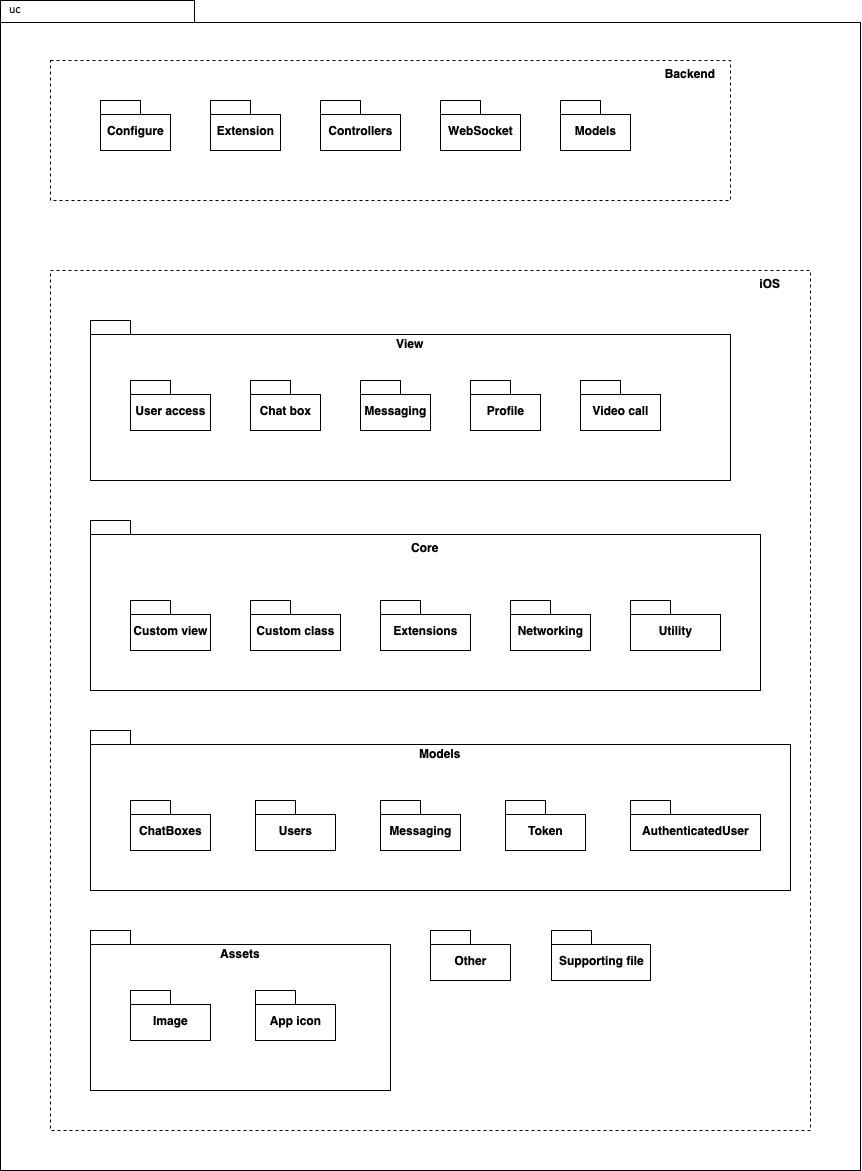
Before: Package.png, a diagram exported from draw.io (vudat081299/thesis). Source tidied: cells renumbered, new cells last; positions are measured from the earlier drawing's top-left corner, leaving out a move shared by most shapes.
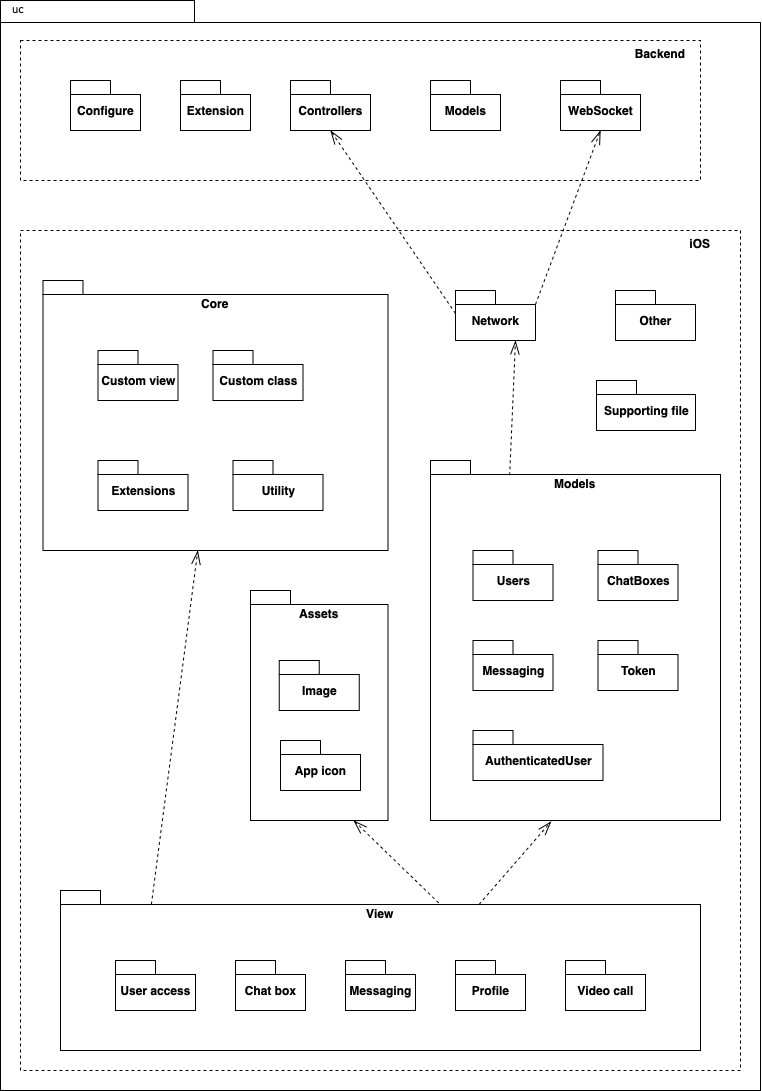
After the commit.

What changed in the source:
```diff
@@ -3,118 +3,136 @@
     <mxCell id="0" />
     <mxCell id="1" parent="0" />
     <mxCell id="2" style="shape=folder;fontStyle=1;spacingTop=10;tabWidth=194;tabHeight=22;tabPosition=left;html=1;rounded=0;shadow=0;comic=0;labelBackgroundColor=none;strokeWidth=1;fillColor=none;fontFamily=Verdana;fontSize=10;align=center;" parent="1" vertex="1">
-      <mxGeometry width="860" height="1170" as="geometry" />
+      <mxGeometry x="70" y="40" width="760" height="1090" as="geometry" />
     </mxCell>
     <mxCell id="3" value="uc" style="text;html=1;align=left;verticalAlign=top;spacingTop=-4;fontSize=10;fontFamily=Verdana;" parent="1" vertex="1">
-      <mxGeometry x="7" width="130" height="20" as="geometry" />
+      <mxGeometry x="80" y="40" width="130" height="20" as="geometry" />
     </mxCell>
     <mxCell id="4" style="rounded=0;whiteSpace=wrap;html=1;dashed=1;fillColor=none;" parent="1" vertex="1">
-      <mxGeometry x="50" y="60" width="680" height="140" as="geometry" />
+      <mxGeometry x="90" y="80" width="680" height="140" as="geometry" />
     </mxCell>
     <mxCell id="5" value="Controllers" style="shape=folder;fontStyle=1;spacingTop=10;tabWidth=40;tabHeight=14;tabPosition=left;html=1;" parent="1" vertex="1">
-      <mxGeometry x="320" y="100" width="80" height="50" as="geometry" />
+      <mxGeometry x="360" y="120" width="80" height="50" as="geometry" />
     </mxCell>
     <mxCell id="6" value="Models" style="shape=folder;fontStyle=1;spacingTop=10;tabWidth=40;tabHeight=14;tabPosition=left;html=1;" parent="1" vertex="1">
-      <mxGeometry x="560" y="100" width="70" height="50" as="geometry" />
+      <mxGeometry x="500" y="120" width="70" height="50" as="geometry" />
     </mxCell>
     <mxCell id="7" value="WebSocket" style="shape=folder;fontStyle=1;spacingTop=10;tabWidth=40;tabHeight=14;tabPosition=left;html=1;" parent="1" vertex="1">
-      <mxGeometry x="440" y="100" width="80" height="50" as="geometry" />
+      <mxGeometry x="630" y="120" width="80" height="50" as="geometry" />
     </mxCell>
     <mxCell id="8" value="Extension" style="shape=folder;fontStyle=1;spacingTop=10;tabWidth=40;tabHeight=14;tabPosition=left;html=1;" parent="1" vertex="1">
-      <mxGeometry x="210" y="100" width="70" height="50" as="geometry" />
+      <mxGeometry x="250" y="120" width="70" height="50" as="geometry" />
     </mxCell>
     <mxCell id="9" value="Configure" style="shape=folder;fontStyle=1;spacingTop=10;tabWidth=40;tabHeight=14;tabPosition=left;html=1;" parent="1" vertex="1">
-      <mxGeometry x="100" y="100" width="70" height="50" as="geometry" />
+      <mxGeometry x="140" y="120" width="70" height="50" as="geometry" />
     </mxCell>
     <mxCell id="10" style="rounded=0;whiteSpace=wrap;html=1;dashed=1;fillColor=none;" parent="1" vertex="1">
-      <mxGeometry x="50" y="270" width="760" height="860" as="geometry" />
+      <mxGeometry x="90" y="270" width="720" height="840" as="geometry" />
     </mxCell>
     <mxCell id="11" value="Backend" style="text;align=center;fontStyle=1;verticalAlign=middle;spacingLeft=3;spacingRight=3;strokeColor=none;" parent="1" vertex="1">
-      <mxGeometry x="650" y="60" width="80" height="26" as="geometry" />
+      <mxGeometry x="690" y="80" width="80" height="26" as="geometry" />
     </mxCell>
     <mxCell id="12" value="iOS" style="text;align=center;fontStyle=1;verticalAlign=middle;spacingLeft=3;spacingRight=3;strokeColor=none;" parent="1" vertex="1">
       <mxGeometry x="730" y="270" width="80" height="26" as="geometry" />
     </mxCell>
     <mxCell id="13" value="User access" style="shape=folder;fontStyle=1;spacingTop=10;tabWidth=40;tabHeight=14;tabPosition=left;html=1;" parent="1" vertex="1">
-      <mxGeometry x="130" y="380" width="80" height="50" as="geometry" />
+      <mxGeometry x="185" y="1000" width="80" height="50" as="geometry" />
     </mxCell>
     <mxCell id="14" value="Chat box" style="shape=folder;fontStyle=1;spacingTop=10;tabWidth=40;tabHeight=14;tabPosition=left;html=1;" parent="1" vertex="1">
-      <mxGeometry x="250" y="380" width="70" height="50" as="geometry" />
+      <mxGeometry x="305" y="1000" width="70" height="50" as="geometry" />
     </mxCell>
     <mxCell id="15" value="Messaging" style="shape=folder;fontStyle=1;spacingTop=10;tabWidth=40;tabHeight=14;tabPosition=left;html=1;" parent="1" vertex="1">
-      <mxGeometry x="360" y="380" width="70" height="50" as="geometry" />
+      <mxGeometry x="415" y="1000" width="70" height="50" as="geometry" />
     </mxCell>
     <mxCell id="16" value="Profile" style="shape=folder;fontStyle=1;spacingTop=10;tabWidth=40;tabHeight=14;tabPosition=left;html=1;" parent="1" vertex="1">
-      <mxGeometry x="470" y="380" width="70" height="50" as="geometry" />
+      <mxGeometry x="525" y="1000" width="70" height="50" as="geometry" />
     </mxCell>
     <mxCell id="17" style="shape=folder;fontStyle=1;spacingTop=10;tabWidth=40;tabHeight=14;tabPosition=left;html=1;fillColor=none;" parent="1" vertex="1">
-      <mxGeometry x="90" y="520" width="670" height="170" as="geometry" />
+      <mxGeometry x="112.5" y="320" width="345" height="270" as="geometry" />
     </mxCell>
     <mxCell id="18" value="Core" style="text;align=center;fontStyle=1;verticalAlign=middle;spacingLeft=3;spacingRight=3;strokeColor=none;" parent="1" vertex="1">
-      <mxGeometry x="385" y="534" width="80" height="26" as="geometry" />
+      <mxGeometry x="245" y="330" width="80" height="26" as="geometry" />
     </mxCell>
     <mxCell id="19" value="Custom view" style="shape=folder;fontStyle=1;spacingTop=10;tabWidth=40;tabHeight=14;tabPosition=left;html=1;" parent="1" vertex="1">
-      <mxGeometry x="130" y="600" width="80" height="50" as="geometry" />
+      <mxGeometry x="167.5" y="390" width="80" height="50" as="geometry" />
     </mxCell>
     <mxCell id="20" value="Custom class" style="shape=folder;fontStyle=1;spacingTop=10;tabWidth=40;tabHeight=14;tabPosition=left;html=1;" parent="1" vertex="1">
-      <mxGeometry x="250" y="600" width="90" height="50" as="geometry" />
+      <mxGeometry x="282.5" y="390" width="90" height="50" as="geometry" />
     </mxCell>
     <mxCell id="21" value="Extensions" style="shape=folder;fontStyle=1;spacingTop=10;tabWidth=40;tabHeight=14;tabPosition=left;html=1;" parent="1" vertex="1">
-      <mxGeometry x="380" y="600" width="90" height="50" as="geometry" />
+      <mxGeometry x="167.5" y="500" width="90" height="50" as="geometry" />
     </mxCell>
-    <mxCell id="22" value="Networking" style="shape=folder;fontStyle=1;spacingTop=10;tabWidth=40;tabHeight=14;tabPosition=left;html=1;" parent="1" vertex="1">
-      <mxGeometry x="510" y="600" width="80" height="50" as="geometry" />
+    <mxCell id="22" value="Network" style="shape=folder;fontStyle=1;spacingTop=10;tabWidth=40;tabHeight=14;tabPosition=left;html=1;" parent="1" vertex="1">
+      <mxGeometry x="525" y="330" width="80" height="50" as="geometry" />
     </mxCell>
     <mxCell id="23" value="Utility" style="shape=folder;fontStyle=1;spacingTop=10;tabWidth=40;tabHeight=14;tabPosition=left;html=1;" parent="1" vertex="1">
-      <mxGeometry x="630" y="600" width="90" height="50" as="geometry" />
+      <mxGeometry x="302.5" y="500" width="90" height="50" as="geometry" />
     </mxCell>
     <mxCell id="24" style="shape=folder;fontStyle=1;spacingTop=10;tabWidth=40;tabHeight=14;tabPosition=left;html=1;fillColor=none;" parent="1" vertex="1">
-      <mxGeometry x="90" y="320" width="640" height="160" as="geometry" />
+      <mxGeometry x="130" y="930" width="640" height="160" as="geometry" />
     </mxCell>
     <mxCell id="25" value="View" style="text;align=center;fontStyle=1;verticalAlign=middle;spacingLeft=3;spacingRight=3;strokeColor=none;" parent="1" vertex="1">
-      <mxGeometry x="370" y="330" width="80" height="26" as="geometry" />
+      <mxGeometry x="410" y="940" width="80" height="26" as="geometry" />
     </mxCell>
     <mxCell id="26" style="shape=folder;fontStyle=1;spacingTop=10;tabWidth=40;tabHeight=14;tabPosition=left;html=1;fillColor=none;" parent="1" vertex="1">
-      <mxGeometry x="90" y="730" width="700" height="160" as="geometry" />
+      <mxGeometry x="500" y="500" width="290" height="360" as="geometry" />
     </mxCell>
     <mxCell id="27" value="Models" style="text;align=center;fontStyle=1;verticalAlign=middle;spacingLeft=3;spacingRight=3;strokeColor=none;" parent="1" vertex="1">
-      <mxGeometry x="400" y="740" width="80" height="26" as="geometry" />
+      <mxGeometry x="605" y="510" width="80" height="26" as="geometry" />
     </mxCell>
     <mxCell id="28" value="ChatBoxes" style="shape=folder;fontStyle=1;spacingTop=10;tabWidth=40;tabHeight=14;tabPosition=left;html=1;" parent="1" vertex="1">
-      <mxGeometry x="130" y="800" width="80" height="50" as="geometry" />
+      <mxGeometry x="667.5" y="590" width="80" height="50" as="geometry" />
     </mxCell>
     <mxCell id="29" value="Token" style="shape=folder;fontStyle=1;spacingTop=10;tabWidth=40;tabHeight=14;tabPosition=left;html=1;" parent="1" vertex="1">
-      <mxGeometry x="505" y="800" width="80" height="50" as="geometry" />
+      <mxGeometry x="667.5" y="680" width="80" height="50" as="geometry" />
     </mxCell>
     <mxCell id="30" value="Users" style="shape=folder;fontStyle=1;spacingTop=10;tabWidth=40;tabHeight=14;tabPosition=left;html=1;" parent="1" vertex="1">
-      <mxGeometry x="255" y="800" width="80" height="50" as="geometry" />
+      <mxGeometry x="542.5" y="590" width="80" height="50" as="geometry" />
     </mxCell>
     <mxCell id="31" value="Messaging" style="shape=folder;fontStyle=1;spacingTop=10;tabWidth=40;tabHeight=14;tabPosition=left;html=1;" parent="1" vertex="1">
-      <mxGeometry x="380" y="800" width="80" height="50" as="geometry" />
+      <mxGeometry x="542.5" y="680" width="80" height="50" as="geometry" />
     </mxCell>
     <mxCell id="32" value="AuthenticatedUser" style="shape=folder;fontStyle=1;spacingTop=10;tabWidth=40;tabHeight=14;tabPosition=left;html=1;" parent="1" vertex="1">
-      <mxGeometry x="630" y="800" width="130" height="50" as="geometry" />
+      <mxGeometry x="542.5" y="770" width="130" height="50" as="geometry" />
     </mxCell>
     <mxCell id="33" style="shape=folder;fontStyle=1;spacingTop=10;tabWidth=40;tabHeight=14;tabPosition=left;html=1;fillColor=none;" parent="1" vertex="1">
-      <mxGeometry x="90" y="930" width="300" height="160" as="geometry" />
+      <mxGeometry x="320" y="630" width="137.5" height="230" as="geometry" />
     </mxCell>
     <mxCell id="34" value="Assets" style="text;align=center;fontStyle=1;verticalAlign=middle;spacingLeft=3;spacingRight=3;strokeColor=none;" parent="1" vertex="1">
-      <mxGeometry x="200" y="940" width="80" height="26" as="geometry" />
+      <mxGeometry x="348.8" y="640" width="80" height="26" as="geometry" />
     </mxCell>
     <mxCell id="35" value="Image" style="shape=folder;fontStyle=1;spacingTop=10;tabWidth=40;tabHeight=14;tabPosition=left;html=1;" parent="1" vertex="1">
-      <mxGeometry x="130" y="990" width="80" height="50" as="geometry" />
+      <mxGeometry x="348.8" y="700" width="80" height="50" as="geometry" />
     </mxCell>
     <mxCell id="36" value="App icon" style="shape=folder;fontStyle=1;spacingTop=10;tabWidth=40;tabHeight=14;tabPosition=left;html=1;" parent="1" vertex="1">
-      <mxGeometry x="255" y="990" width="80" height="50" as="geometry" />
+      <mxGeometry x="350" y="780" width="80" height="50" as="geometry" />
     </mxCell>
     <mxCell id="37" value="Video call" style="shape=folder;fontStyle=1;spacingTop=10;tabWidth=40;tabHeight=14;tabPosition=left;html=1;" parent="1" vertex="1">
-      <mxGeometry x="580" y="380" width="80" height="50" as="geometry" />
+      <mxGeometry x="635" y="1000" width="80" height="50" as="geometry" />
     </mxCell>
     <mxCell id="38" value="Supporting file" style="shape=folder;fontStyle=1;spacingTop=10;tabWidth=40;tabHeight=14;tabPosition=left;html=1;" parent="1" vertex="1">
-      <mxGeometry x="551" y="930" width="99" height="50" as="geometry" />
+      <mxGeometry x="666" y="420" width="99" height="50" as="geometry" />
     </mxCell>
     <mxCell id="39" value="Other" style="shape=folder;fontStyle=1;spacingTop=10;tabWidth=40;tabHeight=14;tabPosition=left;html=1;" parent="1" vertex="1">
-      <mxGeometry x="430" y="930" width="80" height="50" as="geometry" />
+      <mxGeometry x="685" y="330" width="80" height="50" as="geometry" />
     </mxCell>
+    <mxCell id="40" style="endArrow=openThin;endFill=0;endSize=12;html=1;rounded=0;fontSize=16;exitX=0.142;exitY=0.087;exitDx=0;exitDy=0;exitPerimeter=0;dashed=1;" parent="1" edge="1" source="24" target="17">
+      <mxGeometry relative="1" as="geometry" />
+    </mxCell>
+    <mxCell id="41" style="endArrow=openThin;endFill=0;endSize=12;html=1;rounded=0;fontSize=16;entryX=0.75;entryY=1;entryDx=0;entryDy=0;entryPerimeter=0;dashed=1;exitX=0.591;exitY=0.078;exitDx=0;exitDy=0;exitPerimeter=0;" parent="1" edge="1" source="24" target="33">
+      <mxGeometry relative="1" as="geometry" />
+    </mxCell>
+    <mxCell id="42" style="endArrow=openThin;endFill=0;endSize=12;html=1;rounded=0;fontSize=16;entryX=0.416;entryY=1.003;entryDx=0;entryDy=0;entryPerimeter=0;dashed=1;exitX=0.654;exitY=0.087;exitDx=0;exitDy=0;exitPerimeter=0;" parent="1" edge="1" source="24" target="26">
+      <mxGeometry relative="1" as="geometry" />
+    </mxCell>
+    <mxCell id="43" style="endArrow=openThin;endFill=0;endSize=12;html=1;rounded=0;fontSize=16;exitX=0.273;exitY=0.041;exitDx=0;exitDy=0;exitPerimeter=0;dashed=1;entryX=0.75;entryY=1;entryDx=0;entryDy=0;entryPerimeter=0;" parent="1" edge="1" source="26" target="22">
+      <mxGeometry relative="1" as="geometry" />
+    </mxCell>
+    <mxCell id="44" style="endArrow=openThin;endFill=0;endSize=12;html=1;rounded=0;fontSize=16;exitX=0;exitY=0;exitDx=0;exitDy=23;exitPerimeter=0;dashed=1;entryX=0.5;entryY=1;entryDx=0;entryDy=0;entryPerimeter=0;" parent="1" edge="1" source="22" target="5">
+      <mxGeometry relative="1" as="geometry" />
+    </mxCell>
+    <mxCell id="45" style="endArrow=openThin;endFill=0;endSize=12;html=1;rounded=0;fontSize=16;exitX=0;exitY=0;exitDx=80;exitDy=14;exitPerimeter=0;dashed=1;entryX=0.5;entryY=1;entryDx=0;entryDy=0;entryPerimeter=0;" parent="1" edge="1" source="22" target="7">
+      <mxGeometry relative="1" as="geometry" />
+    </mxCell>
   </root>
 </mxGraphModel>
```
